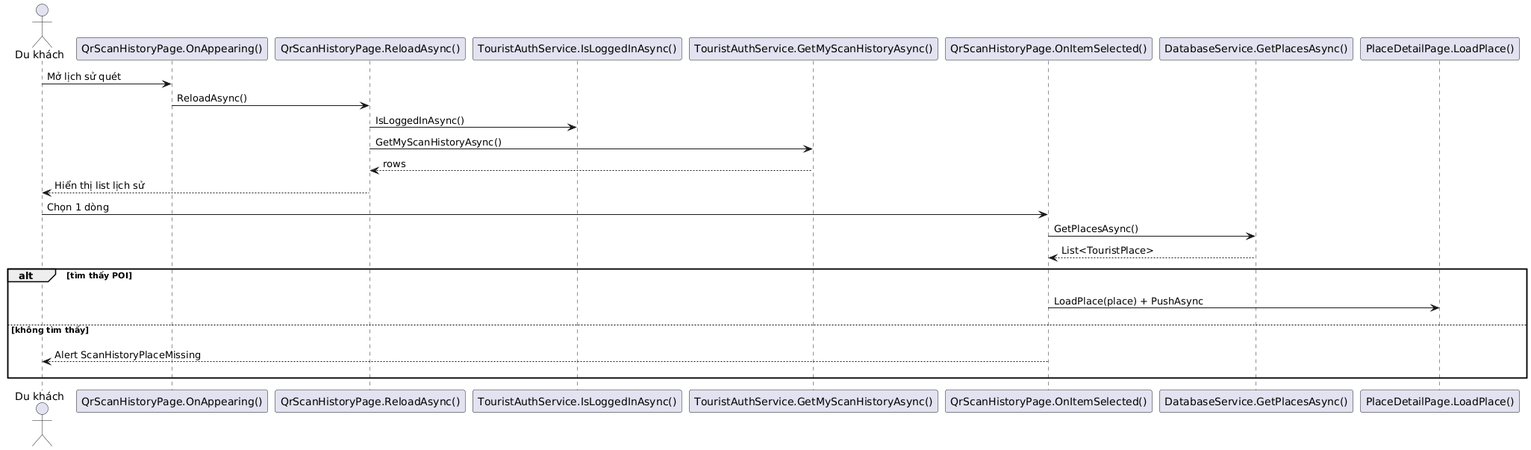
Before: Diagrams/SE DuKhach XemLichSuQuet.png, a diagram exported from PlantUML (hoangtri22/TravelGuide).
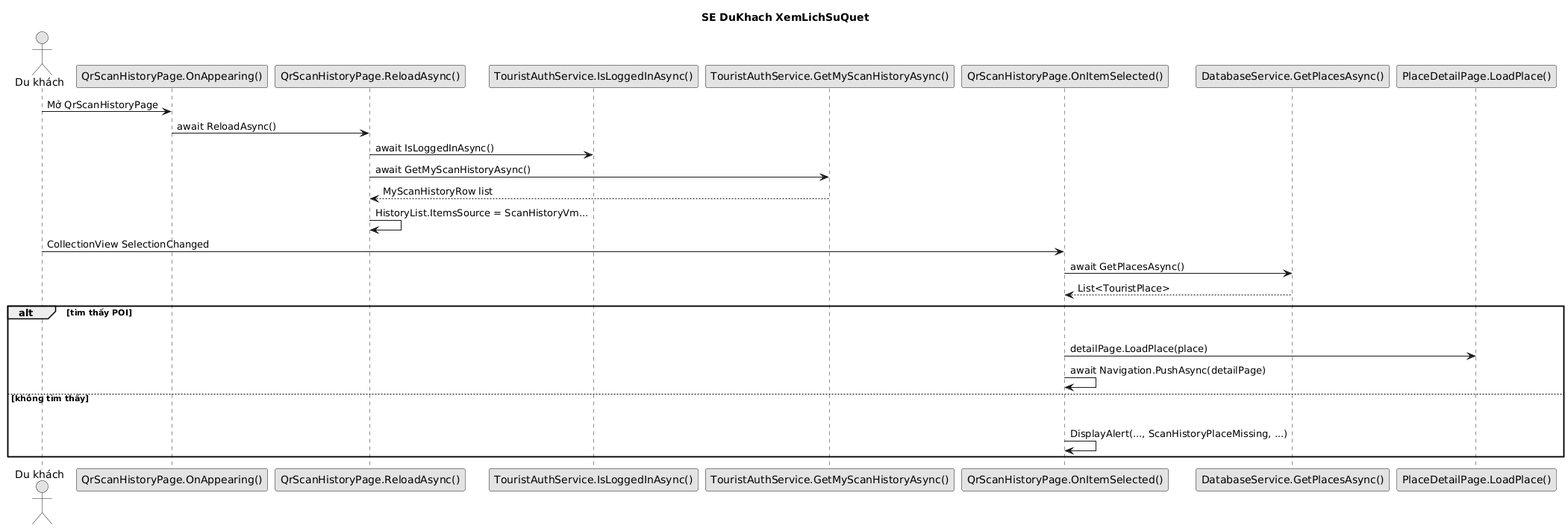
Above is the later version.

Change to the diagram source:
```diff
@@ -1,4 +1,7 @@
 @startuml
+title SE DuKhach XemLichSuQuet
+skinparam shadowing false
+skinparam monochrome true
 actor "Du khách" as U
 participant "QrScanHistoryPage.OnAppearing()" as UI
 participant "QrScanHistoryPage.ReloadAsync()" as RELOAD
@@ -7,22 +10,23 @@
 participant "QrScanHistoryPage.OnItemSelected()" as SELECT
 participant "DatabaseService.GetPlacesAsync()" as DB
 participant "PlaceDetailPage.LoadPlace()" as DETAIL
-U -> UI : Mở lịch sử quét
-UI -> RELOAD : ReloadAsync()
-RELOAD -> LOGIN : IsLoggedInAsync()
-RELOAD -> HIST : GetMyScanHistoryAsync()
-HIST --> RELOAD : rows
-RELOAD --> U : Hiển thị list lịch sử
-U -> SELECT : Chọn 1 dòng
-SELECT -> DB : GetPlacesAsync()
+U -> UI : Mở QrScanHistoryPage
+UI -> RELOAD : await ReloadAsync()
+RELOAD -> LOGIN : await IsLoggedInAsync()
+RELOAD -> HIST : await GetMyScanHistoryAsync()
+HIST --> RELOAD : MyScanHistoryRow list
+RELOAD -> RELOAD : HistoryList.ItemsSource = ScanHistoryVm...
+U -> SELECT : CollectionView SelectionChanged
+SELECT -> DB : await GetPlacesAsync()
 DB --> SELECT : List<TouristPlace>
 alt tìm thấy POI
-  U -[hidden]-> DETAIL
-  SELECT -> DETAIL : LoadPlace(place) + PushAsync
-  DETAIL -[hidden]-> U
+  U -[hidden]-> UI
+  SELECT -[hidden]-> DETAIL
+  SELECT -> DETAIL : detailPage.LoadPlace(place)
+  SELECT -> SELECT : await Navigation.PushAsync(detailPage)
 else không tìm thấy
-  U -[hidden]-> DETAIL
-  SELECT --> U : Alert ScanHistoryPlaceMissing
-  DETAIL -[hidden]-> U
+  U -[hidden]-> UI
+  SELECT -[hidden]-> DETAIL
+  SELECT -> SELECT : DisplayAlert(..., ScanHistoryPlaceMissing, ...)
 end
 @enduml
```
